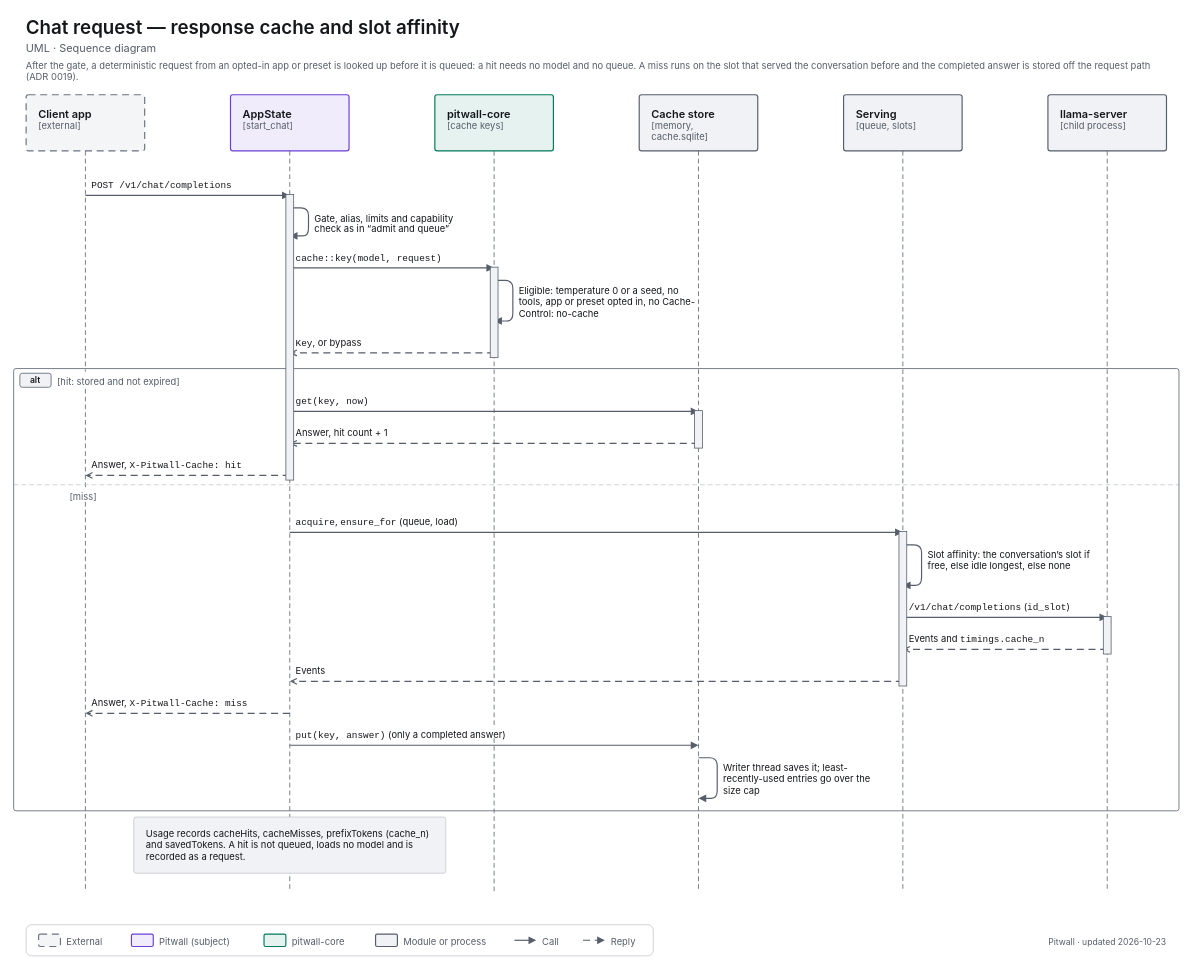
Earlier version of the draw.io diagram apps/pitwall/docs/diagrams/uml-seq-chat-cache.drawio (decryp7/paddock). Source tidied: cells renumbered, new cells numbered last; positions are measured from the earlier drawing's top-left corner, leaving out a move shared by most shapes. Both pictures are drawn from the tidied source at 78%, with x=0, y=0 at pixel (13, 13).
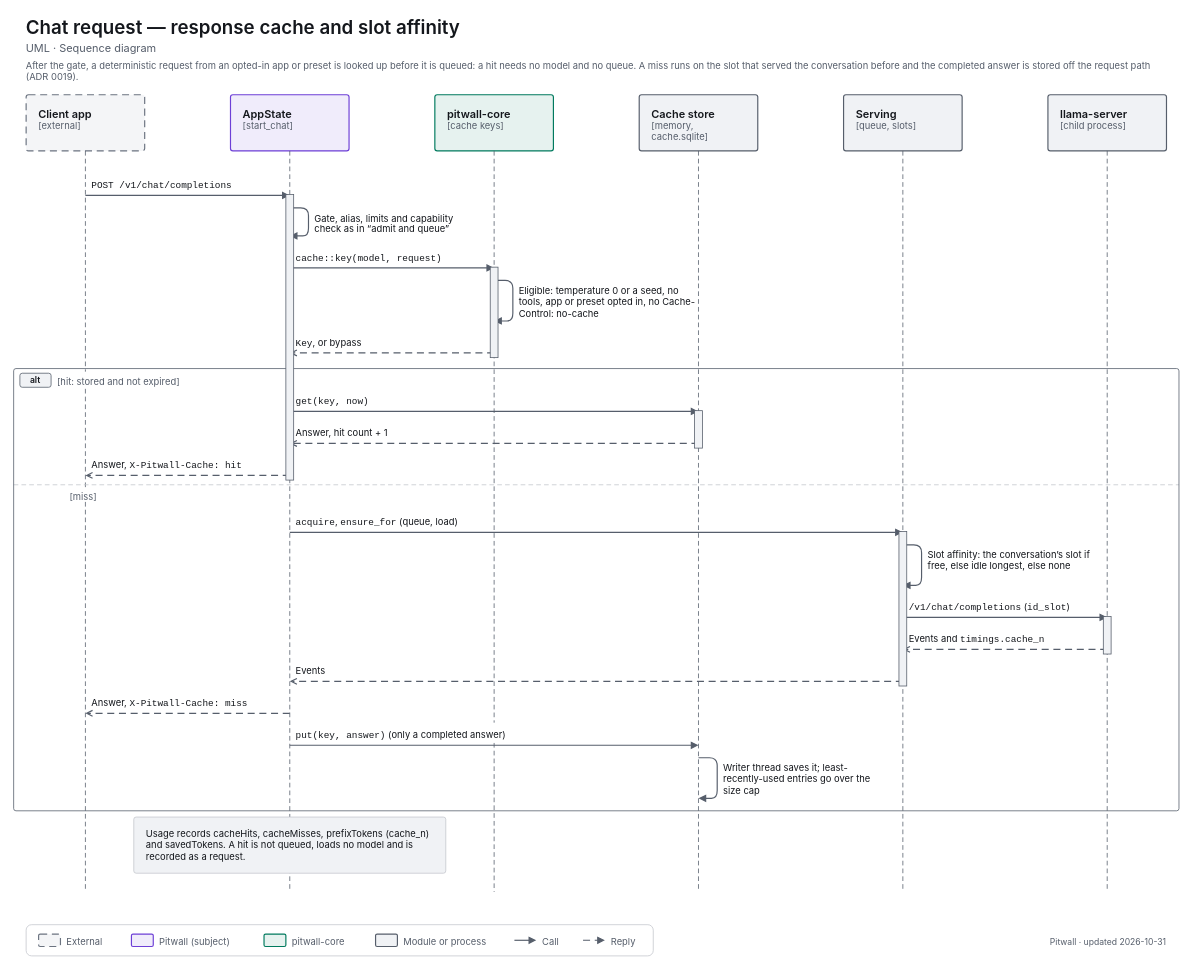
The same page after the edit.

Change to the diagram source:
```diff
@@
     <mxCell id="15" style="edgeStyle=none;rounded=1;html=1;strokeWidth=1;strokeColor=light-dark(#565E6B,#A0A7B2);endArrow=none;endFill=0;endSize=6;dashed=1;dashPattern=6 4;" parent="1" edge="1">
       <mxGeometry relative="1" as="geometry">
         <mxPoint x="616" y="176" as="sourcePoint" />
-        <mxPoint x="616" y="913" as="targetPoint" />
+        <mxPoint x="616" y="909" as="targetPoint" />
       </mxGeometry>
     </mxCell>
     <mxCell id="16" style="edgeStyle=none;rounded=1;html=1;strokeWidth=1;strokeColor=light-dark(#565E6B,#A0A7B2);endArrow=none;endFill=0;endSize=6;dashed=1;dashPattern=6 4;" parent="1" edge="1">
       <mxGeometry relative="1" as="geometry">
-        <mxPoint x="616" y="929" as="sourcePoint" />
+        <mxPoint x="616" y="935" as="sourcePoint" />
         <mxPoint x="616" y="1126" as="targetPoint" />
       </mxGeometry>
     </mxCell>
@@
-    <mxCell id="76" value="&lt;span style=&quot;font-size:11px;font-weight:400&quot;&gt;Pitwall · updated 2026-10-23&lt;/span&gt;" style="html=1;whiteSpace=wrap;fontFamily=-apple-system,BlinkMacSystemFont,Segoe UI,system-ui,sans-serif;fontSize=12;fontColor=light-dark(#14171C,#ECEEF1);text;strokeColor=none;fillColor=none;align=right;verticalAlign=top;spacing=0;fontColor=light-dark(#565E6B,#A0A7B2);" parent="1" vertex="1">
+    <mxCell id="76" value="&lt;span style=&quot;font-size:11px;font-weight:400&quot;&gt;Pitwall · updated 2026-10-31&lt;/span&gt;" style="html=1;whiteSpace=wrap;fontFamily=-apple-system,BlinkMacSystemFont,Segoe UI,system-ui,sans-serif;fontSize=12;fontColor=light-dark(#14171C,#ECEEF1);text;strokeColor=none;fillColor=none;align=right;verticalAlign=top;spacing=0;fontColor=light-dark(#565E6B,#A0A7B2);" parent="1" vertex="1">
       <mxGeometry x="1118" y="1179" width="360" height="18" as="geometry" />
     </mxCell>
```
